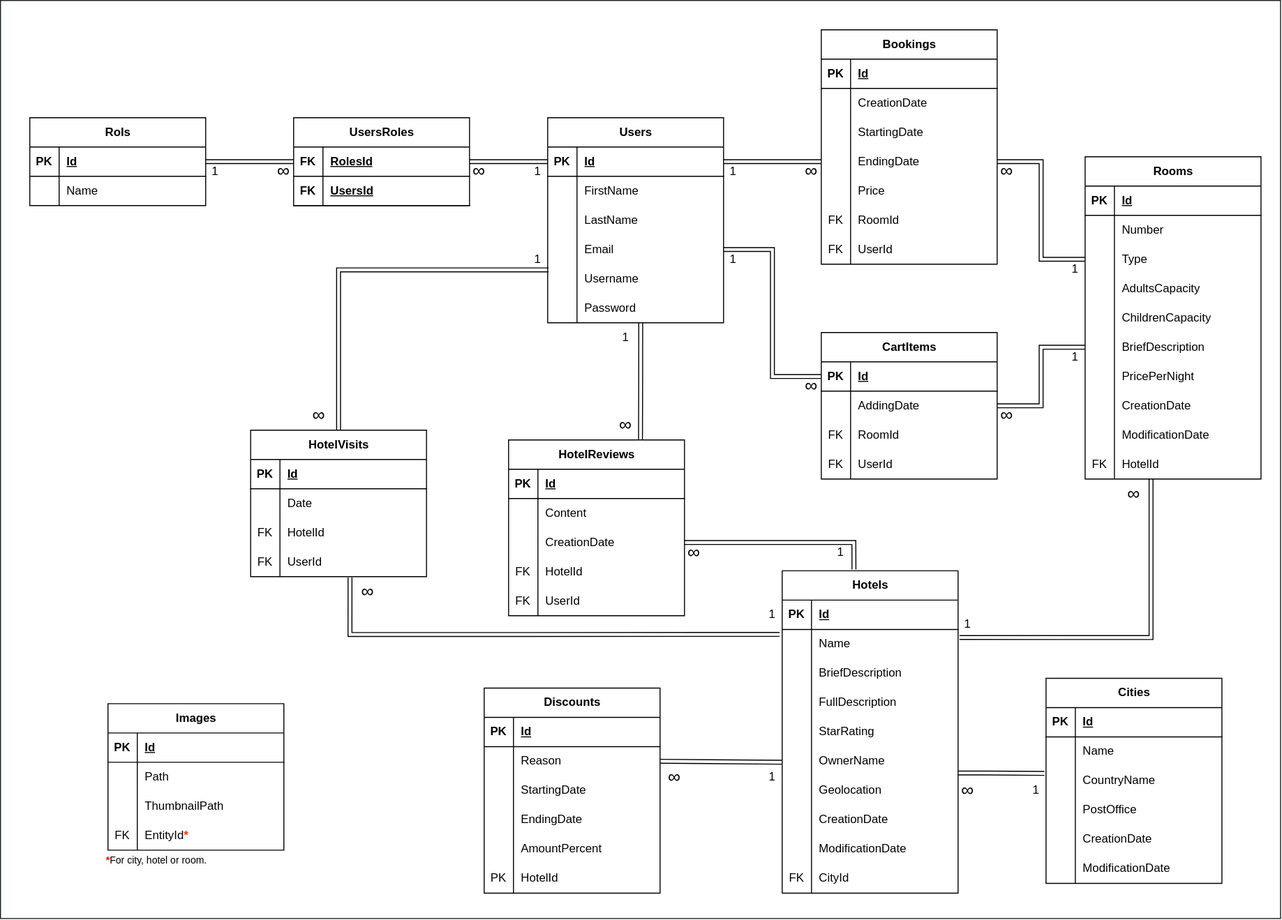
Earlier version of the draw.io export Database Diagram.svg (Mohammad-Nayef/Hotel-Booking). Source tidied: cells renumbered, new cells last; positions are measured from the earlier drawing's top-left corner, leaving out a move shared by most shapes.
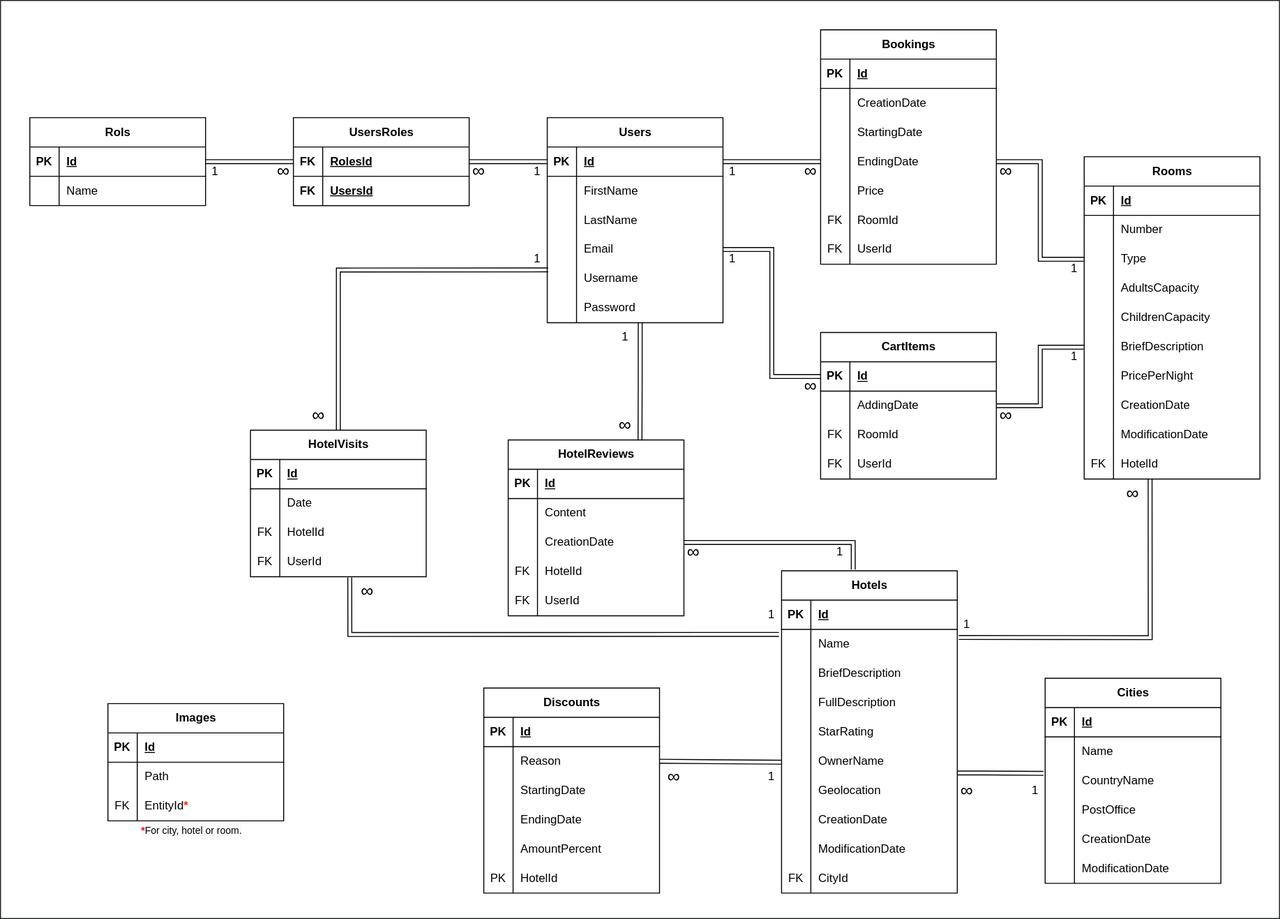
The same diagram one commit later.

Diff of the diagram source:
```diff
@@ -606,7 +606,7 @@
       <mxGeometry x="30" width="150" height="30" as="geometry" />
     </mxCell>
     <mxCell id="201" value="Images" style="shape=table;startSize=30;rowLines=0;fontStyle=1;align=center;html=1;" parent="1" vertex="1">
-      <mxGeometry x="110" y="720" width="180" height="150" as="geometry" />
+      <mxGeometry x="110" y="720" width="180" height="120" as="geometry" />
     </mxCell>
     <mxCell id="202" style="shape=tableRow;horizontal=0;startSize=0;swimlaneHead=0;swimlaneBody=0;fillColor=none;top=0;left=0;right=0;bottom=1;" parent="201" vertex="1">
       <mxGeometry y="30" width="180" height="30" as="geometry" />
@@ -626,17 +626,8 @@
     <mxCell id="207" value="Path" style="shape=partialRectangle;fillColor=none;top=0;left=0;bottom=0;right=0;align=left;spacingLeft=6;overflow=hidden;whiteSpace=wrap;html=1;" parent="205" vertex="1">
       <mxGeometry x="30" width="150" height="30" as="geometry" />
     </mxCell>
-    <mxCell id="208" style="shape=tableRow;horizontal=0;startSize=0;swimlaneHead=0;swimlaneBody=0;fillColor=none;top=0;left=0;right=0;bottom=0;" parent="201" vertex="1">
-      <mxGeometry y="90" width="180" height="30" as="geometry" />
-    </mxCell>
-    <mxCell id="209" style="shape=partialRectangle;fillColor=none;top=0;left=0;bottom=0;right=0;overflow=hidden;whiteSpace=wrap;html=1;" parent="208" vertex="1">
-      <mxGeometry width="30" height="30" as="geometry" />
-    </mxCell>
-    <mxCell id="210" value="ThumbnailPath" style="shape=partialRectangle;fillColor=none;top=0;left=0;bottom=0;right=0;align=left;spacingLeft=6;overflow=hidden;whiteSpace=wrap;html=1;" parent="208" vertex="1">
-      <mxGeometry x="30" width="150" height="30" as="geometry" />
-    </mxCell>
     <mxCell id="211" style="shape=tableRow;horizontal=0;startSize=0;swimlaneHead=0;swimlaneBody=0;fillColor=none;top=0;left=0;right=0;bottom=0;" parent="201" vertex="1">
-      <mxGeometry y="120" width="180" height="30" as="geometry" />
+      <mxGeometry y="90" width="180" height="30" as="geometry" />
     </mxCell>
     <mxCell id="212" value="FK" style="shape=partialRectangle;fillColor=none;top=0;left=0;bottom=0;right=0;overflow=hidden;whiteSpace=wrap;html=1;" parent="211" vertex="1">
       <mxGeometry width="30" height="30" as="geometry" />
@@ -764,7 +755,7 @@
       <mxGeometry x="960" y="794" width="60" height="30" as="geometry" />
     </mxCell>
     <mxCell id="252" value="&lt;span style=&quot;border-color: var(--border-color); font-family: Helvetica; font-style: normal; font-variant-ligatures: normal; font-variant-caps: normal; letter-spacing: normal; orphans: 2; text-align: left; text-indent: 0px; text-transform: none; widows: 2; word-spacing: 0px; -webkit-text-stroke-width: 0px; background-color: rgb(251, 251, 251); text-decoration-thickness: initial; text-decoration-style: initial; text-decoration-color: initial;&quot;&gt;&lt;font style=&quot;font-size: 10px;&quot;&gt;&lt;font color=&quot;#ff0505&quot; style=&quot;border-color: var(--border-color);&quot;&gt;&lt;b style=&quot;&quot;&gt;*&lt;/b&gt;&lt;/font&gt;&lt;font style=&quot;border-color: var(--border-color);&quot;&gt;For city, hotel or room.&lt;/font&gt;&lt;/font&gt;&lt;/span&gt;" style="text;html=1;strokeColor=none;fillColor=none;align=center;verticalAlign=middle;whiteSpace=wrap;rounded=0;fontStyle=0;" parent="1" vertex="1">
-      <mxGeometry x="60" y="870" width="200" height="20" as="geometry" />
+      <mxGeometry x="96" y="840" width="200" height="20" as="geometry" />
     </mxCell>
   </root>
 </mxGraphModel>
```
